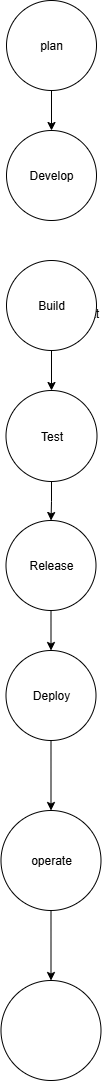
The draw.io diagram devops lifecycle.png in Divyarongali11/my-firsr-repo, before a commit. Source tidied: cells renumbered, new cells last; positions are measured from the earlier drawing's top-left corner, leaving out a move shared by most shapes. The source it was exported from:
```xml
<mxGraphModel>
  <root>
    <mxCell id="0" />
    <mxCell id="1" parent="0" />
    <mxCell id="2" value="Text" style="text;html=1;align=center;verticalAlign=middle;strokeColor=none;fillColor=none;" parent="1" vertex="1">
      <mxGeometry x="61" y="298" width="50" height="30" as="geometry" />
    </mxCell>
    <mxCell id="3" style="edgeStyle=orthogonalEdgeStyle;rounded=0;jettySize=auto;html=1;" parent="1" edge="1" source="4" target="5">
      <mxGeometry relative="1" as="geometry">
        <Array as="points">
          <mxPoint x="31" y="130" />
          <mxPoint x="31" y="130" />
        </Array>
      </mxGeometry>
    </mxCell>
    <mxCell id="4" value="plan" style="ellipse;whiteSpace=wrap;html=1;" parent="1" vertex="1">
      <mxGeometry x="5" width="90" height="90" as="geometry" />
    </mxCell>
    <mxCell id="5" value="Develop" style="ellipse;whiteSpace=wrap;html=1;" parent="1" vertex="1">
      <mxGeometry x="5" y="130" width="90" height="90" as="geometry" />
    </mxCell>
    <mxCell id="6" style="edgeStyle=orthogonalEdgeStyle;rounded=0;jettySize=auto;html=1;" parent="1" edge="1" source="7" target="9">
      <mxGeometry relative="1" as="geometry" />
    </mxCell>
    <mxCell id="7" value="Build" style="ellipse;whiteSpace=wrap;html=1;" parent="1" vertex="1">
      <mxGeometry x="5" y="260" width="90" height="90" as="geometry" />
    </mxCell>
    <mxCell id="8" style="edgeStyle=orthogonalEdgeStyle;rounded=0;jettySize=auto;html=1;" parent="1" edge="1" source="9" target="11">
      <mxGeometry relative="1" as="geometry" />
    </mxCell>
    <mxCell id="9" value="Test" style="ellipse;whiteSpace=wrap;html=1;" parent="1" vertex="1">
      <mxGeometry x="4.5" y="390" width="91" height="91" as="geometry" />
    </mxCell>
    <mxCell id="10" style="edgeStyle=orthogonalEdgeStyle;rounded=0;jettySize=auto;html=1;" parent="1" edge="1" source="11" target="13">
      <mxGeometry relative="1" as="geometry" />
    </mxCell>
    <mxCell id="11" value="Release" style="ellipse;whiteSpace=wrap;html=1;" parent="1" vertex="1">
      <mxGeometry x="4.5" y="520" width="90" height="90" as="geometry" />
    </mxCell>
    <mxCell id="12" style="edgeStyle=orthogonalEdgeStyle;rounded=0;jettySize=auto;html=1;" parent="1" edge="1" source="13" target="15">
      <mxGeometry relative="1" as="geometry" />
    </mxCell>
    <mxCell id="13" value="Deploy" style="ellipse;whiteSpace=wrap;html=1;" parent="1" vertex="1">
      <mxGeometry x="4.5" y="650" width="90" height="90" as="geometry" />
    </mxCell>
    <mxCell id="14" style="edgeStyle=orthogonalEdgeStyle;rounded=0;jettySize=auto;html=1;" parent="1" edge="1" source="15" target="16">
      <mxGeometry relative="1" as="geometry" />
    </mxCell>
    <mxCell id="15" value="operate" style="ellipse;whiteSpace=wrap;html=1;" parent="1" vertex="1">
      <mxGeometry x="-0.5" y="810" width="100" height="100" as="geometry" />
    </mxCell>
    <mxCell id="16" style="ellipse;whiteSpace=wrap;html=1;" parent="1" vertex="1">
      <mxGeometry x="-0.5" y="980" width="100" height="100" as="geometry" />
    </mxCell>
  </root>
</mxGraphModel>
```
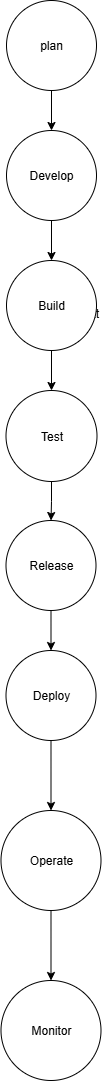
Later version of the same file.

The edit, as a diff of the source:
```diff
@@ -16,6 +16,9 @@
     <mxCell id="4" value="plan" style="ellipse;whiteSpace=wrap;html=1;" parent="1" vertex="1">
       <mxGeometry x="5" width="90" height="90" as="geometry" />
     </mxCell>
+    <mxCell id="17" style="edgeStyle=orthogonalEdgeStyle;rounded=0;jettySize=auto;html=1;" parent="1" edge="1" source="5" target="7">
+      <mxGeometry relative="1" as="geometry" />
+    </mxCell>
     <mxCell id="5" value="Develop" style="ellipse;whiteSpace=wrap;html=1;" parent="1" vertex="1">
       <mxGeometry x="5" y="130" width="90" height="90" as="geometry" />
     </mxCell>
@@ -46,10 +49,10 @@
     <mxCell id="14" style="edgeStyle=orthogonalEdgeStyle;rounded=0;jettySize=auto;html=1;" parent="1" edge="1" source="15" target="16">
       <mxGeometry relative="1" as="geometry" />
     </mxCell>
-    <mxCell id="15" value="operate" style="ellipse;whiteSpace=wrap;html=1;" parent="1" vertex="1">
+    <mxCell id="15" value="Operate" style="ellipse;whiteSpace=wrap;html=1;" parent="1" vertex="1">
       <mxGeometry x="-0.5" y="810" width="100" height="100" as="geometry" />
     </mxCell>
-    <mxCell id="16" style="ellipse;whiteSpace=wrap;html=1;" parent="1" vertex="1">
+    <mxCell id="16" value="Monitor" style="ellipse;whiteSpace=wrap;html=1;" parent="1" vertex="1">
       <mxGeometry x="-0.5" y="980" width="100" height="100" as="geometry" />
     </mxCell>
   </root>
```
